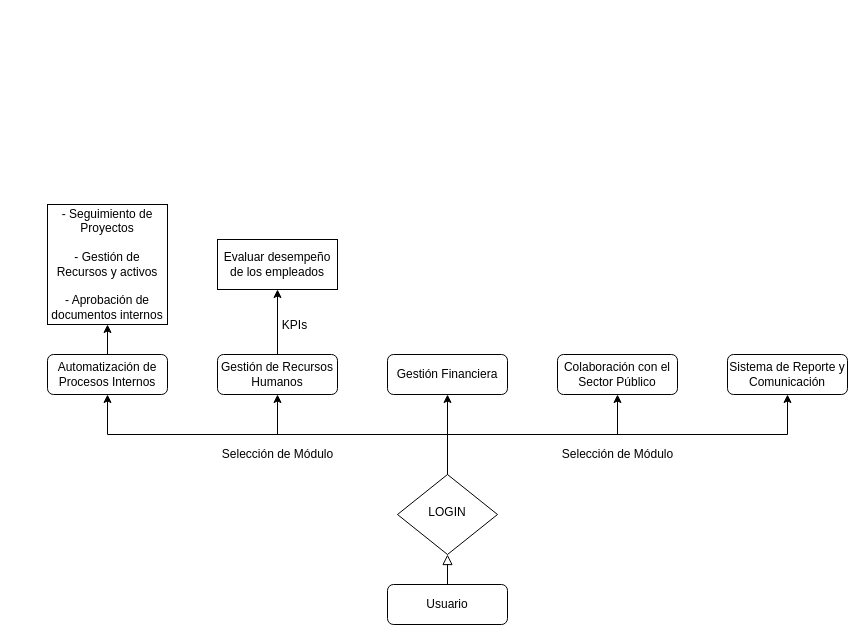
Above: Untitled Diagram.drawio in lennonl07/PrimerosCiclos (draw.io), before the change. Source tidied: cells renumbered, new cells numbered last; positions are measured from the earlier drawing's top-left corner, leaving out a move shared by most shapes. Both pictures are drawn from the tidied source at 100%, with x=0, y=0 at pixel (47, 204).
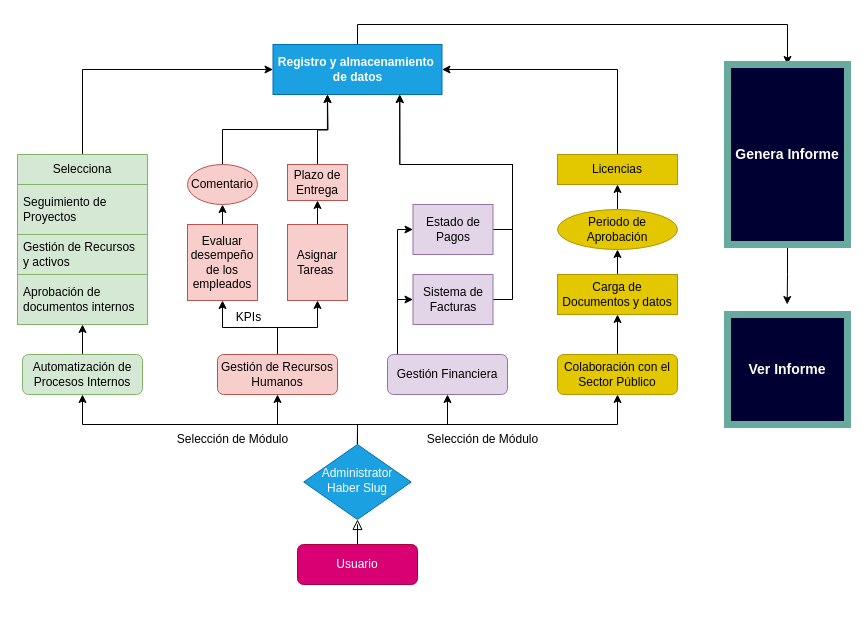
The same diagram, later.

What changed in the source:
```diff
@@
-    <mxCell id="3" value="Usuario" style="rounded=1;whiteSpace=wrap;html=1;fontSize=12;glass=0;strokeWidth=1;shadow=0;" parent="1" vertex="1">
-      <mxGeometry x="340" y="380" width="120" height="40" as="geometry" />
+    <mxCell id="3" value="Usuario" style="rounded=1;whiteSpace=wrap;html=1;fontSize=12;glass=0;strokeWidth=1;shadow=0;fillColor=#d80073;strokeColor=#A50040;fontColor=#ffffff;" parent="1" vertex="1">
+      <mxGeometry x="250" y="340" width="120" height="40" as="geometry" />
     </mxCell>
+    <mxCell id="5" style="edgeStyle=orthogonalEdgeStyle;rounded=0;jettySize=auto;html=1;entryX=0.5;entryY=1;entryDx=0;entryDy=0;" parent="1" edge="1" source="9" target="11">
+      <mxGeometry relative="1" as="geometry">
+        <Array as="points">
+          <mxPoint x="310" y="220" />
+          <mxPoint x="35" y="220" />
+        </Array>
+      </mxGeometry>
+    </mxCell>
+    <mxCell id="8" style="edgeStyle=orthogonalEdgeStyle;rounded=0;jettySize=auto;html=1;exitX=0.5;exitY=0;exitDx=0;exitDy=0;entryX=0.5;entryY=1;entryDx=0;entryDy=0;" parent="1" edge="1" source="9" target="15">
+      <mxGeometry relative="1" as="geometry">
+        <Array as="points">
+          <mxPoint x="310" y="220" />
+          <mxPoint x="570" y="220" />
+        </Array>
+      </mxGeometry>
+    </mxCell>
+    <mxCell id="7" style="edgeStyle=orthogonalEdgeStyle;rounded=0;jettySize=auto;html=1;exitX=0.5;exitY=0;exitDx=0;exitDy=0;entryX=0.5;entryY=1;entryDx=0;entryDy=0;" parent="1" edge="1" source="9" target="13">
+      <mxGeometry relative="1" as="geometry">
+        <Array as="points">
+          <mxPoint x="310" y="220" />
+          <mxPoint x="230" y="220" />
+        </Array>
+      </mxGeometry>
+    </mxCell>
-    <mxCell id="4" style="edgeStyle=orthogonalEdgeStyle;rounded=0;jettySize=auto;html=1;" parent="1" edge="1" source="9" target="14">
-      <mxGeometry relative="1" as="geometry" />
+    <mxCell id="4" style="edgeStyle=orthogonalEdgeStyle;rounded=0;jettySize=auto;html=1;exitX=0.5;exitY=0;exitDx=0;exitDy=0;entryX=0.5;entryY=1;entryDx=0;entryDy=0;" parent="1" edge="1" source="9" target="14">
+      <mxGeometry relative="1" as="geometry">
+        <Array as="points">
+          <mxPoint x="310" y="220" />
+          <mxPoint x="400" y="220" />
+        </Array>
+      </mxGeometry>
     </mxCell>
-    <mxCell id="5" style="edgeStyle=orthogonalEdgeStyle;rounded=0;jettySize=auto;html=1;exitX=0.5;exitY=0;exitDx=0;exitDy=0;entryX=0.5;entryY=1;entryDx=0;entryDy=0;" parent="1" edge="1" source="9" target="11">
-      <mxGeometry relative="1" as="geometry" />
-    </mxCell>
-    <mxCell id="6" style="edgeStyle=orthogonalEdgeStyle;rounded=0;jettySize=auto;html=1;exitX=0.5;exitY=0;exitDx=0;exitDy=0;entryX=0.5;entryY=1;entryDx=0;entryDy=0;" parent="1" edge="1" source="9" target="16">
-      <mxGeometry relative="1" as="geometry" />
-    </mxCell>
-    <mxCell id="7" style="edgeStyle=orthogonalEdgeStyle;rounded=0;jettySize=auto;html=1;exitX=0.5;exitY=0;exitDx=0;exitDy=0;entryX=0.5;entryY=1;entryDx=0;entryDy=0;" parent="1" edge="1" source="9" target="13">
-      <mxGeometry relative="1" as="geometry" />
-    </mxCell>
-    <mxCell id="8" style="edgeStyle=orthogonalEdgeStyle;rounded=0;jettySize=auto;html=1;exitX=0.5;exitY=0;exitDx=0;exitDy=0;entryX=0.5;entryY=1;entryDx=0;entryDy=0;" parent="1" edge="1" source="9" target="15">
-      <mxGeometry relative="1" as="geometry" />
-    </mxCell>
-    <mxCell id="9" value="LOGIN" style="rhombus;whiteSpace=wrap;html=1;shadow=0;fontFamily=Helvetica;fontSize=12;align=center;strokeWidth=1;spacing=6;spacingTop=-4;" parent="1" vertex="1">
-      <mxGeometry x="350" y="270" width="100" height="80" as="geometry" />
+    <mxCell id="9" value="Administrator Haber Slug" style="rhombus;whiteSpace=wrap;html=1;shadow=0;fontFamily=Helvetica;fontSize=12;align=center;strokeWidth=1;spacing=6;spacingTop=-4;fillColor=#1ba1e2;fontColor=#ffffff;strokeColor=#006EAF;" parent="1" vertex="1">
+      <mxGeometry x="256.2" y="240" width="107.5" height="75" as="geometry" />
     </mxCell>
-    <mxCell id="10" style="edgeStyle=orthogonalEdgeStyle;rounded=0;jettySize=auto;html=1;" parent="1" edge="1" source="11" target="17">
-      <mxGeometry relative="1" as="geometry" />
-    </mxCell>
+    <mxCell id="22" style="edgeStyle=orthogonalEdgeStyle;rounded=0;jettySize=auto;html=1;entryX=0.5;entryY=1;entryDx=0;entryDy=0;entryPerimeter=0;" parent="1" edge="1" source="11" target="38">
+      <mxGeometry relative="1" as="geometry" />
+    </mxCell>
-    <mxCell id="11" value="Automatización de Procesos Internos" style="rounded=1;whiteSpace=wrap;html=1;fontSize=12;glass=0;strokeWidth=1;shadow=0;" parent="1" vertex="1">
-      <mxGeometry y="150" width="120" height="40" as="geometry" />
+    <mxCell id="11" value="Automatización de Procesos Internos" style="rounded=1;whiteSpace=wrap;html=1;fontSize=12;glass=0;strokeWidth=1;shadow=0;fillColor=#d5e8d4;strokeColor=#82b366;" parent="1" vertex="1">
+      <mxGeometry x="-25" y="150" width="120" height="40" as="geometry" />
     </mxCell>
@@
+    <mxCell id="23" style="edgeStyle=orthogonalEdgeStyle;rounded=0;jettySize=auto;html=1;exitX=0.5;exitY=0;exitDx=0;exitDy=0;entryX=0.5;entryY=1;entryDx=0;entryDy=0;" parent="1" edge="1" source="13" target="29">
+      <mxGeometry relative="1" as="geometry" />
+    </mxCell>
-    <mxCell id="13" value="Gestión de Recursos Humanos" style="rounded=1;whiteSpace=wrap;html=1;fontSize=12;glass=0;strokeWidth=1;shadow=0;" parent="1" vertex="1">
+    <mxCell id="13" value="Gestión de Recursos Humanos" style="rounded=1;whiteSpace=wrap;html=1;fontSize=12;glass=0;strokeWidth=1;shadow=0;fillColor=#f8cecc;strokeColor=#b85450;" parent="1" vertex="1">
       <mxGeometry x="170" y="150" width="120" height="40" as="geometry" />
     </mxCell>
+    <mxCell id="24" style="edgeStyle=orthogonalEdgeStyle;rounded=0;jettySize=auto;html=1;exitX=0.25;exitY=0;exitDx=0;exitDy=0;entryX=0;entryY=0.5;entryDx=0;entryDy=0;" parent="1" edge="1" source="14" target="42">
+      <mxGeometry relative="1" as="geometry">
+        <Array as="points">
+          <mxPoint x="350" y="150" />
+          <mxPoint x="350" y="95" />
+        </Array>
+      </mxGeometry>
+    </mxCell>
+    <mxCell id="25" style="edgeStyle=orthogonalEdgeStyle;rounded=0;jettySize=auto;html=1;exitX=0.25;exitY=0;exitDx=0;exitDy=0;entryX=0;entryY=0.5;entryDx=0;entryDy=0;" parent="1" edge="1" source="14" target="44">
+      <mxGeometry relative="1" as="geometry">
+        <Array as="points">
+          <mxPoint x="350" y="150" />
+          <mxPoint x="350" y="25" />
+        </Array>
+      </mxGeometry>
+    </mxCell>
-    <mxCell id="14" value="Gestión Financiera" style="rounded=1;whiteSpace=wrap;html=1;fontSize=12;glass=0;strokeWidth=1;shadow=0;" parent="1" vertex="1">
+    <mxCell id="14" value="Gestión Financiera" style="rounded=1;whiteSpace=wrap;html=1;fontSize=12;glass=0;strokeWidth=1;shadow=0;fillColor=#e1d5e7;strokeColor=#9673a6;" parent="1" vertex="1">
       <mxGeometry x="340" y="150" width="120" height="40" as="geometry" />
     </mxCell>
+    <mxCell id="26" style="edgeStyle=orthogonalEdgeStyle;rounded=0;jettySize=auto;html=1;exitX=0.5;exitY=0;exitDx=0;exitDy=0;entryX=0.5;entryY=1;entryDx=0;entryDy=0;" parent="1" edge="1" source="15" target="46">
+      <mxGeometry relative="1" as="geometry" />
+    </mxCell>
-    <mxCell id="15" value="Colaboración con el Sector Público" style="rounded=1;whiteSpace=wrap;html=1;fontSize=12;glass=0;strokeWidth=1;shadow=0;" parent="1" vertex="1">
+    <mxCell id="15" value="Colaboración con el Sector Público" style="rounded=1;whiteSpace=wrap;html=1;fontSize=12;glass=0;strokeWidth=1;shadow=0;fillColor=#e3c800;strokeColor=#B09500;fontColor=#000000;" parent="1" vertex="1">
       <mxGeometry x="510" y="150" width="120" height="40" as="geometry" />
     </mxCell>
-    <mxCell id="16" value="Sistema de Reporte y Comunicación" style="rounded=1;whiteSpace=wrap;html=1;fontSize=12;glass=0;strokeWidth=1;shadow=0;" parent="1" vertex="1">
-      <mxGeometry x="680" y="150" width="120" height="40" as="geometry" />
-    </mxCell>
-    <mxCell id="17" value="- Seguimiento de Proyectos&lt;br&gt;&lt;br&gt;- Gestión de Recursos y activos&lt;br&gt;&lt;br&gt;- Aprobación de documentos internos&lt;br&gt;&lt;div style=&quot;text-align: justify;&quot;&gt;&lt;/div&gt;" style="whiteSpace=wrap;html=1;" parent="1" vertex="1">
-      <mxGeometry width="120" height="120" as="geometry" />
-    </mxCell>
     <mxCell id="18" value="Selección de Módulo" style="text;html=1;align=center;verticalAlign=middle;strokeColor=none;fillColor=none;" parent="1" vertex="1">
-      <mxGeometry x="165" y="235" width="130" height="30" as="geometry" />
+      <mxGeometry x="120" y="220" width="130" height="30" as="geometry" />
     </mxCell>
     <mxCell id="19" value="Selección de Módulo" style="text;html=1;align=center;verticalAlign=middle;strokeColor=none;fillColor=none;" parent="1" vertex="1">
-      <mxGeometry x="505" y="235" width="130" height="30" as="geometry" />
+      <mxGeometry x="370" y="220" width="130" height="30" as="geometry" />
     </mxCell>
+    <mxCell id="27" style="edgeStyle=orthogonalEdgeStyle;rounded=0;jettySize=auto;html=1;exitX=0.5;exitY=0;exitDx=0;exitDy=0;entryX=0.5;entryY=1;entryDx=0;entryDy=0;" parent="1" edge="1" source="20" target="31">
+      <mxGeometry relative="1" as="geometry" />
+    </mxCell>
-    <mxCell id="20" value="Evaluar desempeño de los empleados" style="rounded=0;whiteSpace=wrap;html=1;" parent="1" vertex="1">
-      <mxGeometry x="170" y="35" width="120" height="50" as="geometry" />
+    <mxCell id="20" value="Evaluar desempeño de los empleados" style="rounded=0;whiteSpace=wrap;html=1;fillColor=#f8cecc;strokeColor=#b85450;" parent="1" vertex="1">
+      <mxGeometry x="140" y="20" width="70" height="76" as="geometry" />
     </mxCell>
     <mxCell id="21" value="KPIs" style="text;html=1;align=center;verticalAlign=middle;strokeColor=none;fillColor=none;" parent="1" vertex="1">
-      <mxGeometry x="222" y="106" width="50" height="30" as="geometry" />
+      <mxGeometry x="176" y="98" width="50" height="30" as="geometry" />
     </mxCell>
+    <mxCell id="28" style="edgeStyle=orthogonalEdgeStyle;rounded=0;jettySize=auto;html=1;" parent="1" edge="1" source="29" target="33">
+      <mxGeometry relative="1" as="geometry" />
+    </mxCell>
+    <mxCell id="29" value="Asignar Tareas&amp;nbsp;" style="rounded=0;whiteSpace=wrap;html=1;fillColor=#f8cecc;strokeColor=#b85450;" parent="1" vertex="1">
+      <mxGeometry x="240" y="20" width="60" height="76" as="geometry" />
+    </mxCell>
+    <mxCell id="30" style="edgeStyle=orthogonalEdgeStyle;rounded=0;jettySize=auto;html=1;exitX=0.5;exitY=0;exitDx=0;exitDy=0;entryX=0.322;entryY=1;entryDx=0;entryDy=0;entryPerimeter=0;" parent="1" edge="1" source="31" target="40">
+      <mxGeometry relative="1" as="geometry" />
+    </mxCell>
+    <mxCell id="31" value="Comentario" style="ellipse;whiteSpace=wrap;html=1;fillColor=#f8cecc;strokeColor=#b85450;" parent="1" vertex="1">
+      <mxGeometry x="140" y="-40" width="70" height="40" as="geometry" />
+    </mxCell>
+    <mxCell id="32" style="edgeStyle=orthogonalEdgeStyle;rounded=0;jettySize=auto;html=1;exitX=0.5;exitY=0;exitDx=0;exitDy=0;" parent="1" edge="1" source="33">
+      <mxGeometry relative="1" as="geometry">
+        <mxPoint x="280" y="-110" as="targetPoint" />
+      </mxGeometry>
+    </mxCell>
+    <mxCell id="33" value="Plazo de Entrega" style="rounded=0;whiteSpace=wrap;html=1;fillColor=#f8cecc;strokeColor=#b85450;" parent="1" vertex="1">
+      <mxGeometry x="240" y="-40" width="60" height="36" as="geometry" />
+    </mxCell>
+    <mxCell id="34" style="edgeStyle=orthogonalEdgeStyle;rounded=0;jettySize=auto;html=1;entryX=0;entryY=0.5;entryDx=0;entryDy=0;" parent="1" edge="1" source="35" target="40">
+      <mxGeometry relative="1" as="geometry">
+        <Array as="points">
+          <mxPoint x="35" y="-135" />
+        </Array>
+      </mxGeometry>
+    </mxCell>
+    <mxCell id="35" value="Selecciona" style="swimlane;fontStyle=0;horizontal=1;startSize=30;whiteSpace=wrap;html=1;fillColor=#d5e8d4;strokeColor=#82b366;" parent="1" vertex="1">
+      <mxGeometry x="-30" y="-50" width="130" height="170" as="geometry" />
+    </mxCell>
+    <mxCell id="36" value="Seguimiento de Proyectos" style="text;strokeColor=#82b366;fillColor=#d5e8d4;align=left;verticalAlign=middle;spacingLeft=4;spacingRight=4;overflow=hidden;whiteSpace=wrap;html=1;" parent="35" vertex="1">
+      <mxGeometry y="30" width="130" height="50" as="geometry" />
+    </mxCell>
+    <mxCell id="37" value="Gestión de Recursos y activos" style="text;strokeColor=#82b366;fillColor=#d5e8d4;align=left;verticalAlign=middle;spacingLeft=4;spacingRight=4;overflow=hidden;whiteSpace=wrap;html=1;" parent="35" vertex="1">
+      <mxGeometry y="80" width="130" height="40" as="geometry" />
+    </mxCell>
+    <mxCell id="38" value="Aprobación de documentos internos" style="text;strokeColor=#82b366;fillColor=#d5e8d4;align=left;verticalAlign=middle;spacingLeft=4;spacingRight=4;overflow=hidden;points=[[0,0.5],[1,0.5]];portConstraint=eastwest;whiteSpace=wrap;html=1;" parent="35" vertex="1">
+      <mxGeometry y="120" width="130" height="50" as="geometry" />
+    </mxCell>
+    <mxCell id="39" style="edgeStyle=orthogonalEdgeStyle;rounded=0;jettySize=auto;html=1;exitX=0.5;exitY=0;exitDx=0;exitDy=0;entryX=0.5;entryY=0;entryDx=0;entryDy=0;" parent="1" edge="1" source="40" target="52">
+      <mxGeometry relative="1" as="geometry" />
+    </mxCell>
+    <mxCell id="40" value="Registro y almacenamiento&amp;nbsp; de datos" style="rounded=0;whiteSpace=wrap;html=1;fontStyle=1;fillColor=#1ba1e2;fontColor=#ffffff;strokeColor=#006EAF;" parent="1" vertex="1">
+      <mxGeometry x="225.5" y="-160" width="169" height="50" as="geometry" />
+    </mxCell>
+    <mxCell id="41" style="edgeStyle=orthogonalEdgeStyle;rounded=0;jettySize=auto;html=1;exitX=1;exitY=0.5;exitDx=0;exitDy=0;entryX=0.75;entryY=1;entryDx=0;entryDy=0;" parent="1" edge="1" source="42" target="40">
+      <mxGeometry relative="1" as="geometry">
+        <Array as="points">
+          <mxPoint x="465" y="95" />
+          <mxPoint x="465" y="-40" />
+          <mxPoint x="352" y="-40" />
+        </Array>
+      </mxGeometry>
+    </mxCell>
+    <mxCell id="42" value="Sistema de Facturas" style="rounded=0;whiteSpace=wrap;html=1;fillColor=#e1d5e7;strokeColor=#9673a6;" parent="1" vertex="1">
+      <mxGeometry x="365.5" y="70" width="80" height="50" as="geometry" />
+    </mxCell>
+    <mxCell id="43" style="edgeStyle=orthogonalEdgeStyle;rounded=0;jettySize=auto;html=1;exitX=1;exitY=0.5;exitDx=0;exitDy=0;entryX=0.75;entryY=1;entryDx=0;entryDy=0;" parent="1" edge="1" source="44" target="40">
+      <mxGeometry relative="1" as="geometry">
+        <Array as="points">
+          <mxPoint x="465" y="25" />
+          <mxPoint x="465" y="-40" />
+          <mxPoint x="352" y="-40" />
+        </Array>
+      </mxGeometry>
+    </mxCell>
+    <mxCell id="44" value="Estado de Pagos" style="rounded=0;whiteSpace=wrap;html=1;fillColor=#e1d5e7;strokeColor=#9673a6;" parent="1" vertex="1">
+      <mxGeometry x="365.5" width="80" height="50" as="geometry" />
+    </mxCell>
+    <mxCell id="45" style="edgeStyle=orthogonalEdgeStyle;rounded=0;jettySize=auto;html=1;exitX=0.5;exitY=0;exitDx=0;exitDy=0;entryX=0.5;entryY=1;entryDx=0;entryDy=0;" parent="1" edge="1" source="46" target="48">
+      <mxGeometry relative="1" as="geometry" />
+    </mxCell>
+    <mxCell id="46" value="Carga de Documentos y datos" style="rounded=0;whiteSpace=wrap;html=1;fillColor=#e3c800;fontColor=#000000;strokeColor=#B09500;" parent="1" vertex="1">
+      <mxGeometry x="510" y="70" width="120" height="40" as="geometry" />
+    </mxCell>
+    <mxCell id="47" style="edgeStyle=orthogonalEdgeStyle;rounded=0;jettySize=auto;html=1;exitX=0.5;exitY=0;exitDx=0;exitDy=0;entryX=0.5;entryY=1;entryDx=0;entryDy=0;" parent="1" edge="1" source="48" target="50">
+      <mxGeometry relative="1" as="geometry" />
+    </mxCell>
+    <mxCell id="48" value="Periodo de Aprobación" style="ellipse;whiteSpace=wrap;html=1;fillColor=#e3c800;fontColor=#000000;strokeColor=#B09500;" parent="1" vertex="1">
+      <mxGeometry x="510" y="5" width="120" height="40" as="geometry" />
+    </mxCell>
+    <mxCell id="49" style="edgeStyle=orthogonalEdgeStyle;rounded=0;jettySize=auto;html=1;entryX=1;entryY=0.5;entryDx=0;entryDy=0;" parent="1" edge="1" source="50" target="40">
+      <mxGeometry relative="1" as="geometry">
+        <Array as="points">
+          <mxPoint x="570" y="-135" />
+        </Array>
+      </mxGeometry>
+    </mxCell>
+    <mxCell id="50" value="Licencias" style="rounded=0;whiteSpace=wrap;html=1;fillColor=#e3c800;fontColor=#000000;strokeColor=#B09500;" parent="1" vertex="1">
+      <mxGeometry x="510" y="-50" width="120" height="30" as="geometry" />
+    </mxCell>
+    <mxCell id="51" style="edgeStyle=orthogonalEdgeStyle;rounded=0;jettySize=auto;html=1;exitX=0.5;exitY=1;exitDx=0;exitDy=0;" parent="1" edge="1" source="52">
+      <mxGeometry relative="1" as="geometry">
+        <mxPoint x="739.7" y="100" as="targetPoint" />
+      </mxGeometry>
+    </mxCell>
+    <mxCell id="52" value="Genera Informe" style="rounded=0;whiteSpace=wrap;html=1;fillColor=#000033;fontColor=#ffffff;strokeColor=#67AB9F;strokeWidth=7;fontStyle=1;fontSize=14;" parent="1" vertex="1">
+      <mxGeometry x="680" y="-140" width="120" height="180" as="geometry" />
+    </mxCell>
+    <mxCell id="53" style="edgeStyle=orthogonalEdgeStyle;rounded=0;orthogonalLoop=1;jettySize=auto;html=1;exitX=0.5;exitY=1;exitDx=0;exitDy=0;" parent="1" edge="1" source="52" target="52">
+      <mxGeometry relative="1" as="geometry" />
+    </mxCell>
+    <mxCell id="54" value="Ver Informe" style="rounded=0;whiteSpace=wrap;html=1;fillColor=#000033;fontColor=#ffffff;strokeColor=#67AB9F;strokeWidth=7;fontStyle=1;fontSize=14;" parent="1" vertex="1">
+      <mxGeometry x="680" y="110" width="120" height="110" as="geometry" />
+    </mxCell>
```
